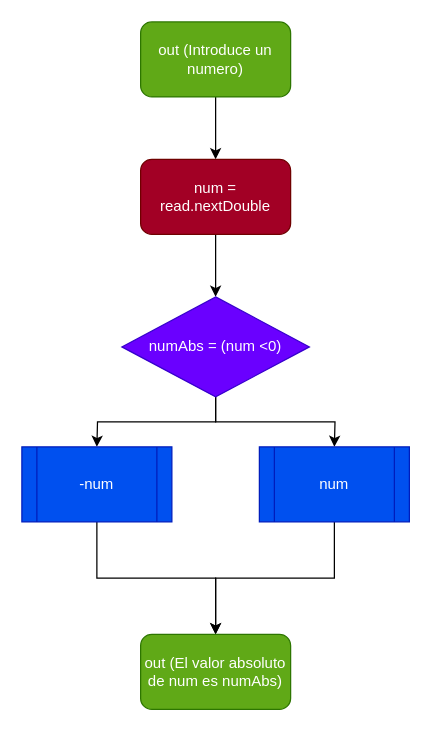
The draw.io diagram page "Ejercicio 5" (4 of 4) of Diagramas.drawio in antonionavarro04/EjerciciosT2-AntonioNavarro, before the edit. Source tidied: cells renumbered, new cells numbered last; positions are measured from the earlier drawing's top-left corner, leaving out a move shared by most shapes. Both pictures are drawn from the tidied source at 125%, with x=0, y=0 at pixel (21, 21).
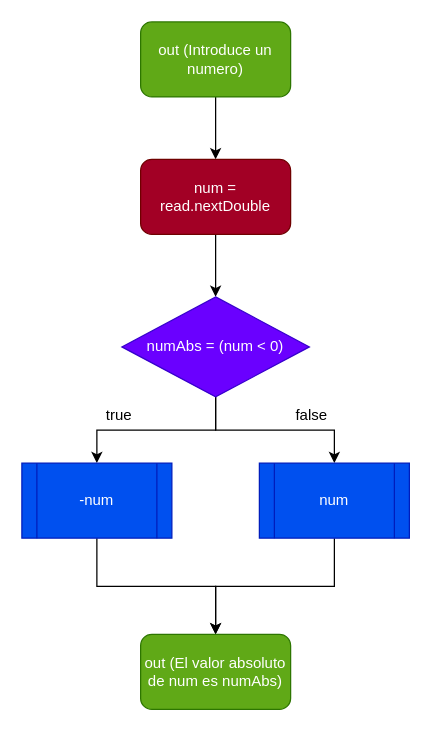
Above is the later version.

Diff of the diagram source:
```diff
@@
 <mxGraphModel>
   <root>
     <mxCell id="0" />
     <mxCell id="1" parent="0" />
     <mxCell id="2" style="edgeStyle=orthogonalEdgeStyle;rounded=0;jettySize=auto;html=1;exitX=0.5;exitY=1;exitDx=0;exitDy=0;entryX=0.5;entryY=0;entryDx=0;entryDy=0;" parent="1" edge="1" source="3" target="5">
       <mxGeometry relative="1" as="geometry" />
     </mxCell>
     <mxCell id="3" value="out (Introduce un numero)" style="rounded=1;whiteSpace=wrap;html=1;fillColor=#60a917;fontColor=#ffffff;strokeColor=#2D7600;" parent="1" vertex="1">
       <mxGeometry x="95" width="120" height="60" as="geometry" />
     </mxCell>
     <mxCell id="4" style="edgeStyle=orthogonalEdgeStyle;rounded=0;jettySize=auto;html=1;exitX=0.5;exitY=1;exitDx=0;exitDy=0;entryX=0.5;entryY=0;entryDx=0;entryDy=0;" parent="1" edge="1" source="5" target="8">
       <mxGeometry relative="1" as="geometry" />
     </mxCell>
     <mxCell id="5" value="num = read.nextDouble" style="rounded=1;whiteSpace=wrap;html=1;fillColor=#a20025;fontColor=#ffffff;strokeColor=#6F0000;" parent="1" vertex="1">
       <mxGeometry x="95" y="110" width="120" height="60" as="geometry" />
     </mxCell>
-    <mxCell id="6" style="edgeStyle=orthogonalEdgeStyle;rounded=0;jettySize=auto;html=1;exitX=0.5;exitY=1;exitDx=0;exitDy=0;entryX=0.5;entryY=0;entryDx=0;entryDy=0;" parent="1" edge="1" source="8">
-      <mxGeometry relative="1" as="geometry">
-        <mxPoint x="250" y="340" as="targetPoint" />
-      </mxGeometry>
+    <mxCell id="6" style="edgeStyle=orthogonalEdgeStyle;rounded=0;jettySize=auto;html=1;exitX=0.5;exitY=1;exitDx=0;exitDy=0;entryX=0.5;entryY=0;entryDx=0;entryDy=0;" parent="1" edge="1" source="8" target="12">
+      <mxGeometry relative="1" as="geometry" />
     </mxCell>
-    <mxCell id="7" style="edgeStyle=orthogonalEdgeStyle;rounded=0;jettySize=auto;html=1;exitX=0.5;exitY=1;exitDx=0;exitDy=0;entryX=0.5;entryY=0;entryDx=0;entryDy=0;" parent="1" edge="1" source="8">
-      <mxGeometry relative="1" as="geometry">
-        <mxPoint x="60" y="340" as="targetPoint" />
-      </mxGeometry>
+    <mxCell id="7" style="edgeStyle=orthogonalEdgeStyle;rounded=0;jettySize=auto;html=1;exitX=0.5;exitY=1;exitDx=0;exitDy=0;entryX=0.5;entryY=0;entryDx=0;entryDy=0;" parent="1" edge="1" source="8" target="10">
+      <mxGeometry relative="1" as="geometry" />
     </mxCell>
-    <mxCell id="8" value="numAbs = (num &amp;lt;0)" style="rhombus;whiteSpace=wrap;html=1;fillColor=#6a00ff;fontColor=#ffffff;strokeColor=#3700CC;" parent="1" vertex="1">
+    <mxCell id="8" value="numAbs = (num &amp;lt; 0)" style="rhombus;whiteSpace=wrap;html=1;fillColor=#6a00ff;fontColor=#ffffff;strokeColor=#3700CC;" parent="1" vertex="1">
       <mxGeometry x="80" y="220" width="150" height="80" as="geometry" />
     </mxCell>
     <mxCell id="9" style="edgeStyle=orthogonalEdgeStyle;rounded=0;jettySize=auto;html=1;exitX=0.5;exitY=1;exitDx=0;exitDy=0;entryX=0.5;entryY=0;entryDx=0;entryDy=0;" parent="1" edge="1" source="10" target="13">
       <mxGeometry relative="1" as="geometry" />
     </mxCell>
     <mxCell id="10" value="-num" style="shape=process;whiteSpace=wrap;html=1;backgroundOutline=1;fillColor=#0050ef;fontColor=#ffffff;strokeColor=#001DBC;" parent="1" vertex="1">
-      <mxGeometry y="340" width="120" height="60" as="geometry" />
+      <mxGeometry y="353" width="120" height="60" as="geometry" />
     </mxCell>
     <mxCell id="11" style="edgeStyle=orthogonalEdgeStyle;rounded=0;jettySize=auto;html=1;exitX=0.5;exitY=1;exitDx=0;exitDy=0;entryX=0.5;entryY=0;entryDx=0;entryDy=0;" parent="1" edge="1" source="12" target="13">
       <mxGeometry relative="1" as="geometry" />
     </mxCell>
     <mxCell id="12" value="num" style="shape=process;whiteSpace=wrap;html=1;backgroundOutline=1;fillColor=#0050ef;fontColor=#ffffff;strokeColor=#001DBC;" parent="1" vertex="1">
-      <mxGeometry x="190" y="340" width="120" height="60" as="geometry" />
+      <mxGeometry x="190" y="353" width="120" height="60" as="geometry" />
     </mxCell>
     <mxCell id="13" value="out (El valor absoluto de num es numAbs)" style="rounded=1;whiteSpace=wrap;html=1;fillColor=#60a917;fontColor=#ffffff;strokeColor=#2D7600;" parent="1" vertex="1">
       <mxGeometry x="95" y="490" width="120" height="60" as="geometry" />
     </mxCell>
+    <mxCell id="14" value="true" style="text;html=1;strokeColor=none;fillColor=none;align=center;verticalAlign=middle;whiteSpace=wrap;rounded=0;" parent="1" vertex="1">
+      <mxGeometry x="48" y="300" width="60" height="30" as="geometry" />
+    </mxCell>
+    <mxCell id="15" value="false" style="text;html=1;strokeColor=none;fillColor=none;align=center;verticalAlign=middle;whiteSpace=wrap;rounded=0;" parent="1" vertex="1">
+      <mxGeometry x="202" y="300" width="60" height="30" as="geometry" />
+    </mxCell>
   </root>
 </mxGraphModel>
```
